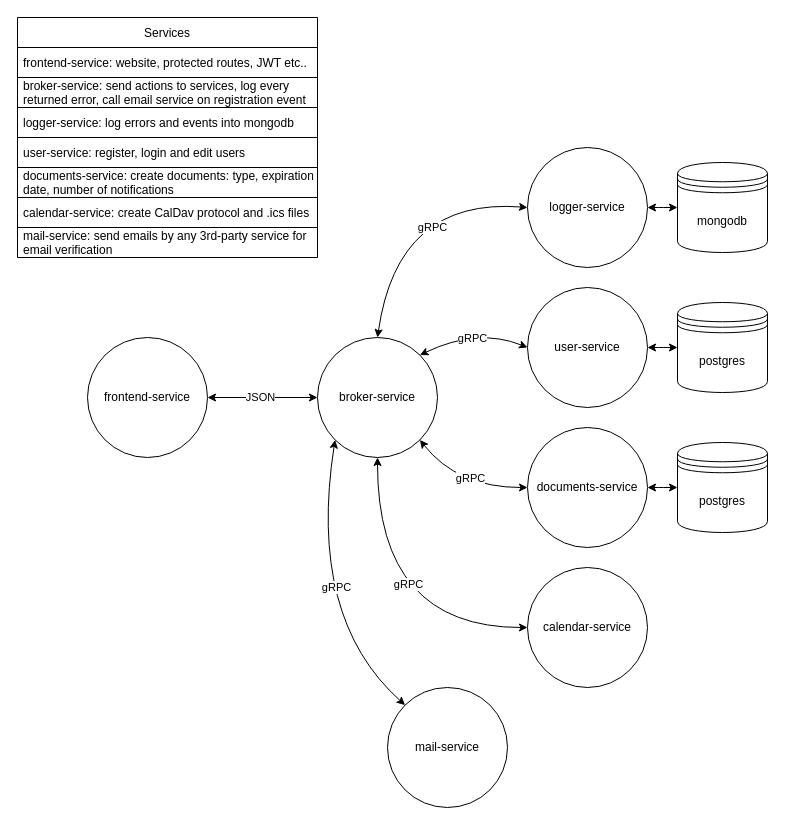
Earlier version of the draw.io diagram docs/diagrams/services-diagram.drawio (samgozman/validity.red). Source tidied: cells renumbered, new cells numbered last; positions are measured from the earlier drawing's top-left corner, leaving out a move shared by most shapes. Both pictures are drawn from the tidied source at 100%, with x=0, y=0 at pixel (17, 17).
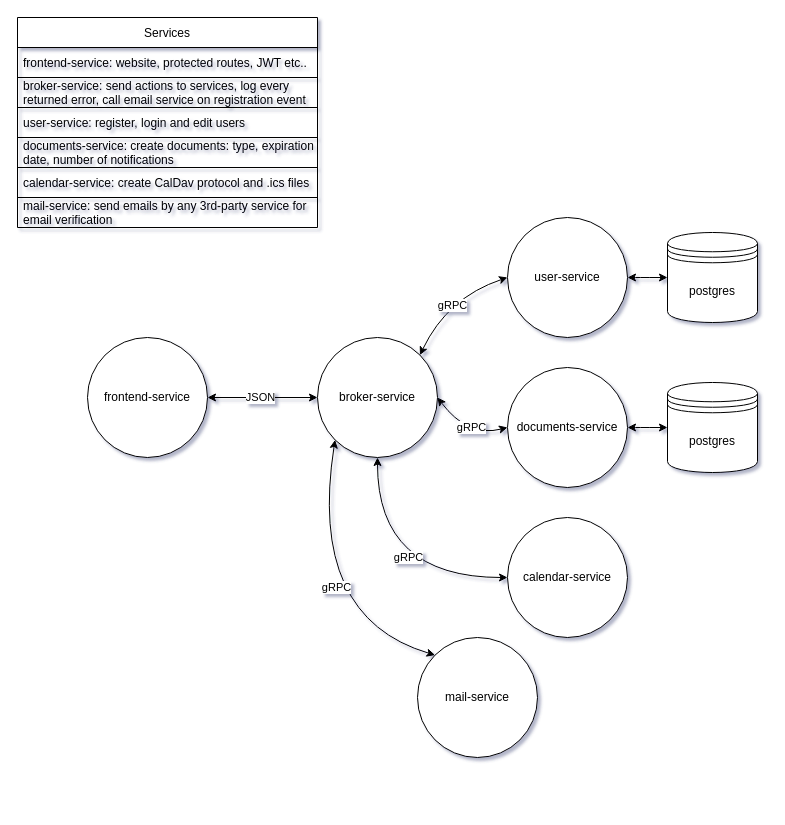
The same diagram, later.

Commit message (it also covers changes not shown here):
Change app diagram

The change refers to these unchanged cells:
```xml
<mxCell id="13" value="broker-service" style="ellipse;whiteSpace=wrap;html=1;" parent="1" vertex="1">
  <mxGeometry x="300" y="320" width="120" height="120" as="geometry" />
</mxCell>
```

The edit, as a diff of the source:
```diff
@@
-<mxGraphModel>
+<mxGraphModel background="#FFFFFF" shadow="1">
@@
-    <mxCell id="7" style="edgeStyle=none;curved=1;sketch=0;jettySize=auto;html=1;exitX=1;exitY=1;exitDx=0;exitDy=0;entryX=0;entryY=0.5;entryDx=0;entryDy=0;shadow=0;startArrow=classic;startFill=1;strokeWidth=1;" parent="1" edge="1" source="13" target="17">
+    <mxCell id="7" style="edgeStyle=none;curved=1;sketch=0;jettySize=auto;html=1;exitX=1;exitY=0.5;exitDx=0;exitDy=0;entryX=0;entryY=0.5;entryDx=0;entryDy=0;shadow=0;startArrow=classic;startFill=1;strokeWidth=1;" parent="1" edge="1" source="13" target="17">
       <mxGeometry relative="1" as="geometry">
         <Array as="points">
-          <mxPoint x="440" y="470" />
+          <mxPoint x="450" y="420" />
         </Array>
       </mxGeometry>
     </mxCell>
@@
     <mxCell id="9" style="edgeStyle=none;curved=1;sketch=0;jettySize=auto;html=1;exitX=1;exitY=0;exitDx=0;exitDy=0;entryX=0;entryY=0.5;entryDx=0;entryDy=0;shadow=0;startArrow=classic;startFill=1;strokeWidth=1;" parent="1" edge="1" source="13" target="15">
       <mxGeometry relative="1" as="geometry">
         <Array as="points">
-          <mxPoint x="460" y="310" />
+          <mxPoint x="430" y="280" />
         </Array>
       </mxGeometry>
     </mxCell>
@@
     <mxCell id="15" value="user-service" style="ellipse;whiteSpace=wrap;html=1;" parent="1" vertex="1">
-      <mxGeometry x="510" y="270" width="120" height="120" as="geometry" />
+      <mxGeometry x="490" y="200" width="120" height="120" as="geometry" />
     </mxCell>
@@
     <mxCell id="17" value="documents-service" style="ellipse;whiteSpace=wrap;html=1;" parent="1" vertex="1">
-      <mxGeometry x="510" y="410" width="120" height="120" as="geometry" />
+      <mxGeometry x="490" y="350" width="120" height="120" as="geometry" />
     </mxCell>
     <mxCell id="18" value="calendar-service" style="ellipse;whiteSpace=wrap;html=1;" parent="1" vertex="1">
-      <mxGeometry x="510" y="550" width="120" height="120" as="geometry" />
+      <mxGeometry x="490" y="500" width="120" height="120" as="geometry" />
     </mxCell>
-    <mxCell id="19" style="edgeStyle=none;curved=1;sketch=0;jettySize=auto;html=1;exitX=1;exitY=0.5;exitDx=0;exitDy=0;entryX=0;entryY=0.5;entryDx=0;entryDy=0;shadow=0;startArrow=classic;startFill=1;strokeWidth=1;" parent="1" edge="1" source="22" target="25">
-      <mxGeometry relative="1" as="geometry" />
+    <mxCell id="19" style="edgeStyle=none;curved=1;sketch=0;orthogonalLoop=1;jettySize=auto;html=1;exitX=1;exitY=0.5;exitDx=0;exitDy=0;entryX=0;entryY=0.5;entryDx=0;entryDy=0;shadow=0;startArrow=classic;startFill=1;strokeWidth=1;" parent="1" edge="1">
+      <mxGeometry relative="1" as="geometry">
+        <mxPoint x="660" y="190" as="targetPoint" />
+      </mxGeometry>
     </mxCell>
-    <mxCell id="20" style="edgeStyle=none;curved=1;sketch=0;jettySize=auto;html=1;exitX=0;exitY=0.5;exitDx=0;exitDy=0;entryX=0.5;entryY=0;entryDx=0;entryDy=0;shadow=0;startArrow=classic;startFill=1;strokeWidth=1;" parent="1" edge="1" source="22" target="13">
-      <mxGeometry relative="1" as="geometry">
-        <Array as="points">
-          <mxPoint x="380" y="180" />
-        </Array>
-      </mxGeometry>
-    </mxCell>
-    <mxCell id="21" value="gRPC" style="edgeLabel;html=1;align=center;verticalAlign=middle;" parent="20" vertex="1">
-      <mxGeometry x="0.07" y="31" relative="1" as="geometry">
-        <mxPoint x="6" y="11" as="offset" />
-      </mxGeometry>
-    </mxCell>
-    <mxCell id="22" value="logger-service" style="ellipse;whiteSpace=wrap;html=1;" parent="1" vertex="1">
-      <mxGeometry x="510" y="130" width="120" height="120" as="geometry" />
-    </mxCell>
     <mxCell id="23" value="postgres" style="shape=datastore;whiteSpace=wrap;html=1;" parent="1" vertex="1">
-      <mxGeometry x="660" y="425" width="90" height="90" as="geometry" />
+      <mxGeometry x="650" y="365" width="90" height="90" as="geometry" />
     </mxCell>
     <mxCell id="24" value="postgres" style="shape=datastore;whiteSpace=wrap;html=1;" parent="1" vertex="1">
-      <mxGeometry x="660" y="285" width="90" height="90" as="geometry" />
+      <mxGeometry x="650" y="215" width="90" height="90" as="geometry" />
     </mxCell>
-    <mxCell id="25" value="mongodb" style="shape=datastore;whiteSpace=wrap;html=1;" parent="1" vertex="1">
-      <mxGeometry x="660" y="145" width="90" height="90" as="geometry" />
-    </mxCell>
     <mxCell id="26" value="mail-service" style="ellipse;whiteSpace=wrap;html=1;" parent="1" vertex="1">
-      <mxGeometry x="370" y="670" width="120" height="120" as="geometry" />
+      <mxGeometry x="400" y="620" width="120" height="120" as="geometry" />
     </mxCell>
     <mxCell id="27" value="Services" style="swimlane;fontStyle=0;horizontal=1;startSize=30;" parent="1" vertex="1">
-      <mxGeometry width="300" height="240" as="geometry" />
+      <mxGeometry width="300" height="210" as="geometry" />
     </mxCell>
@@
-    <mxCell id="30" value="logger-service: log errors and events into mongodb" style="text;strokeColor=default;fillColor=none;align=left;verticalAlign=middle;spacingLeft=4;spacingRight=4;overflow=hidden;spacingTop=0;spacing=2;spacingBottom=0;" parent="27" vertex="1">
-      <mxGeometry y="90" width="300" height="30" as="geometry" />
-    </mxCell>
     <mxCell id="31" value="user-service: register, login and edit users" style="text;strokeColor=default;fillColor=none;align=left;verticalAlign=middle;spacingLeft=4;spacingRight=4;overflow=hidden;spacingTop=0;spacing=2;spacingBottom=0;" parent="27" vertex="1">
-      <mxGeometry y="120" width="300" height="30" as="geometry" />
+      <mxGeometry y="90" width="300" height="30" as="geometry" />
     </mxCell>
     <mxCell id="32" value="documents-service: create documents: type, expiration&#10;date, number of notifications" style="text;strokeColor=default;fillColor=none;align=left;verticalAlign=middle;spacingLeft=4;spacingRight=4;overflow=hidden;" parent="27" vertex="1">
-      <mxGeometry y="150" width="300" height="30" as="geometry" />
+      <mxGeometry y="120" width="300" height="30" as="geometry" />
     </mxCell>
     <mxCell id="33" value="calendar-service: create CalDav protocol and .ics files " style="text;strokeColor=default;fillColor=none;align=left;verticalAlign=middle;spacingLeft=4;spacingRight=4;overflow=hidden;spacingTop=0;spacing=2;spacingBottom=0;" parent="27" vertex="1">
-      <mxGeometry y="180" width="300" height="30" as="geometry" />
+      <mxGeometry y="150" width="300" height="30" as="geometry" />
     </mxCell>
     <mxCell id="34" value="mail-service: send emails by any 3rd-party service for&#10;email verification" style="text;strokeColor=none;fillColor=none;align=left;verticalAlign=middle;spacingLeft=4;spacingRight=4;overflow=hidden;spacingTop=0;spacing=2;spacingBottom=0;" parent="27" vertex="1">
-      <mxGeometry y="210" width="300" height="30" as="geometry" />
+      <mxGeometry y="180" width="300" height="30" as="geometry" />
     </mxCell>
```
